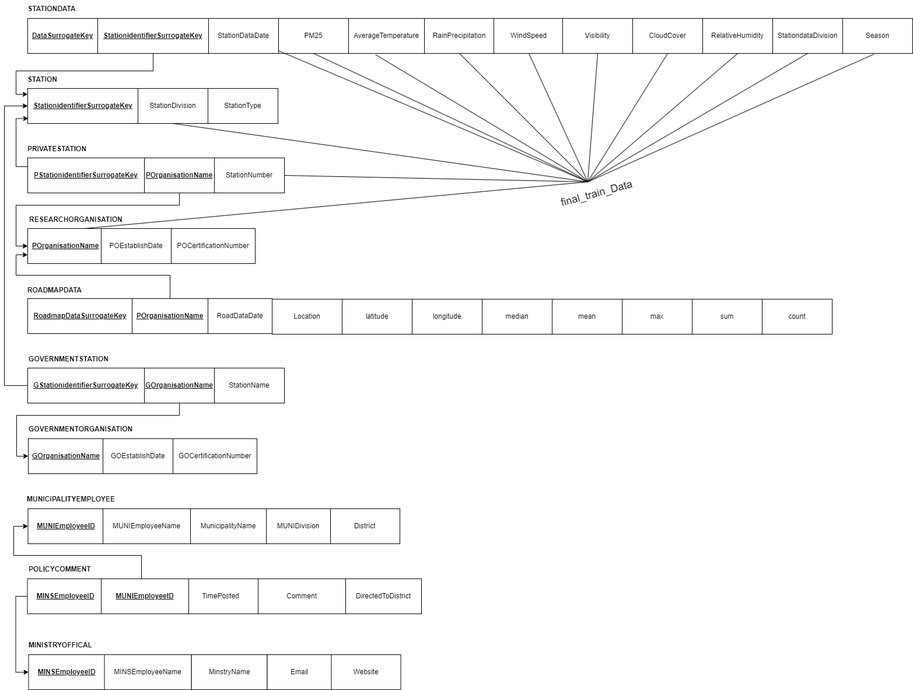
Above: roughWorkForRTablePopulation.drawio.png in toushifhossain1/AirQualityMonitoringOfBangladesh (draw.io), before the change. Source tidied: cells renumbered, new cells last; positions are measured from the earlier drawing's top-left corner, leaving out a move shared by most shapes.
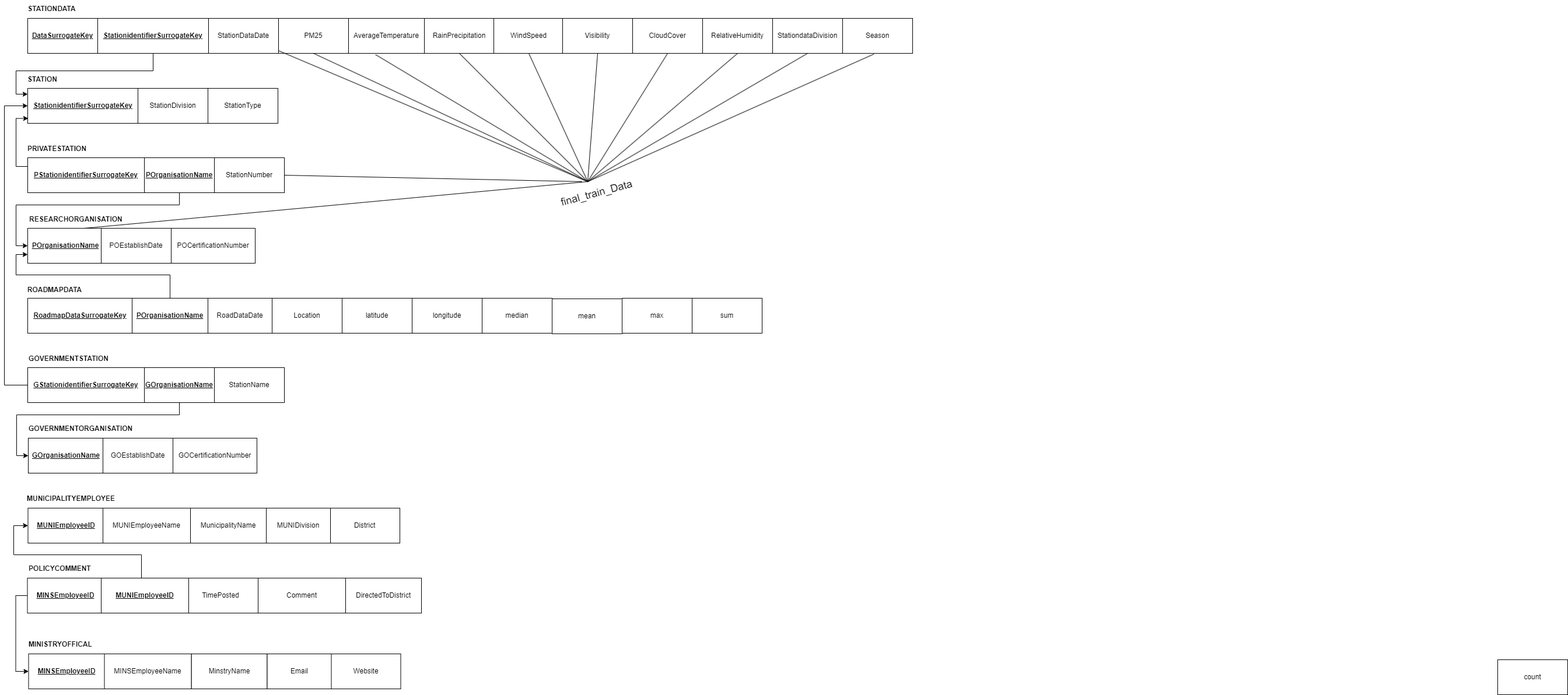
After the commit.

What changed in the source:
```diff
@@ -86,7 +86,7 @@
       <mxGeometry x="579" y="512" width="120" height="60" as="geometry" />
     </mxCell>
     <mxCell id="27" value="&lt;span style=&quot;text-align: left;&quot;&gt;longitude&lt;/span&gt;" style="rounded=0;whiteSpace=wrap;html=1;" parent="1" vertex="1">
-      <mxGeometry x="699" y="512" width="120" height="60" as="geometry" />
+      <mxGeometry x="699" y="511" width="120" height="60" as="geometry" />
     </mxCell>
     <mxCell id="28" value="&lt;span style=&quot;text-align: left;&quot;&gt;RoadDataDate&lt;/span&gt;" style="rounded=0;whiteSpace=wrap;html=1;" parent="1" vertex="1">
       <mxGeometry x="349" y="511" width="110" height="60" as="geometry" />
@@ -277,11 +277,6 @@
         <mxPoint x="1000" y="311" as="sourcePoint" />
       </mxGeometry>
     </mxCell>
-    <mxCell id="78" style="endArrow=none;html=1;rounded=0;exitX=1;exitY=0.5;exitDx=0;exitDy=0;" parent="1" edge="1" source="21">
-      <mxGeometry relative="1" as="geometry">
-        <mxPoint x="1000" y="311" as="targetPoint" />
-      </mxGeometry>
-    </mxCell>
     <mxCell id="79" style="endArrow=none;html=1;rounded=0;entryX=0.448;entryY=1.02;entryDx=0;entryDy=0;entryPerimeter=0;" parent="1" edge="1" target="36">
       <mxGeometry relative="1" as="geometry">
         <mxPoint x="1000" y="311" as="sourcePoint" />
@@ -292,11 +287,6 @@
         <mxPoint x="1000" y="311" as="sourcePoint" />
       </mxGeometry>
     </mxCell>
-    <mxCell id="81" style="endArrow=none;html=1;rounded=0;entryX=0.5;entryY=1;entryDx=0;entryDy=0;" parent="1" edge="1" target="14">
-      <mxGeometry relative="1" as="geometry">
-        <mxPoint x="1000" y="311" as="sourcePoint" />
-      </mxGeometry>
-    </mxCell>
     <mxCell id="82" style="endArrow=none;html=1;rounded=0;exitX=0.75;exitY=0;exitDx=0;exitDy=0;" parent="1" edge="1" source="22">
       <mxGeometry relative="1" as="geometry">
         <mxPoint x="1000" y="311" as="targetPoint" />
@@ -306,13 +296,13 @@
       <mxGeometry x="940" y="311" width="150" height="40" as="geometry" />
     </mxCell>
     <mxCell id="84" value="&lt;span style=&quot;text-align: left;&quot;&gt;count&lt;/span&gt;" style="rounded=0;whiteSpace=wrap;html=1;" parent="1" vertex="1">
-      <mxGeometry x="1299" y="512" width="120" height="60" as="geometry" />
+      <mxGeometry x="2560" y="1131" width="120" height="60" as="geometry" />
     </mxCell>
     <mxCell id="85" value="&lt;span style=&quot;text-align: left;&quot;&gt;sum&lt;/span&gt;" style="rounded=0;whiteSpace=wrap;html=1;" parent="1" vertex="1">
-      <mxGeometry x="1179" y="512" width="120" height="60" as="geometry" />
+      <mxGeometry x="1179" y="511" width="120" height="60" as="geometry" />
     </mxCell>
     <mxCell id="86" value="&lt;span style=&quot;text-align: left;&quot;&gt;max&lt;/span&gt;" style="rounded=0;whiteSpace=wrap;html=1;" parent="1" vertex="1">
-      <mxGeometry x="1059" y="512" width="120" height="60" as="geometry" />
+      <mxGeometry x="1059" y="511" width="120" height="60" as="geometry" />
     </mxCell>
     <mxCell id="87" value="&lt;span style=&quot;text-align: left;&quot;&gt;mean&lt;/span&gt;" style="rounded=0;whiteSpace=wrap;html=1;" parent="1" vertex="1">
       <mxGeometry x="939" y="512" width="120" height="60" as="geometry" />
@@ -321,7 +311,12 @@
       <mxGeometry x="819" y="512" width="120" height="60" as="geometry" />
     </mxCell>
     <mxCell id="89" value="&lt;div style=&quot;text-align: left;&quot;&gt;&lt;span style=&quot;background-color: initial;&quot;&gt;Location&lt;/span&gt;&lt;/div&gt;" style="rounded=0;whiteSpace=wrap;html=1;" parent="1" vertex="1">
-      <mxGeometry x="459" y="512" width="120" height="60" as="geometry" />
+      <mxGeometry x="459" y="511" width="120" height="60" as="geometry" />
     </mxCell>
+    <mxCell id="90" style="endArrow=none;html=1;rounded=0;fontSize=18;exitX=1;exitY=0.5;exitDx=0;exitDy=0;" parent="1" edge="1" source="21">
+      <mxGeometry relative="1" as="geometry">
+        <mxPoint x="990" y="311" as="targetPoint" />
+      </mxGeometry>
+    </mxCell>
   </root>
 </mxGraphModel>
```
